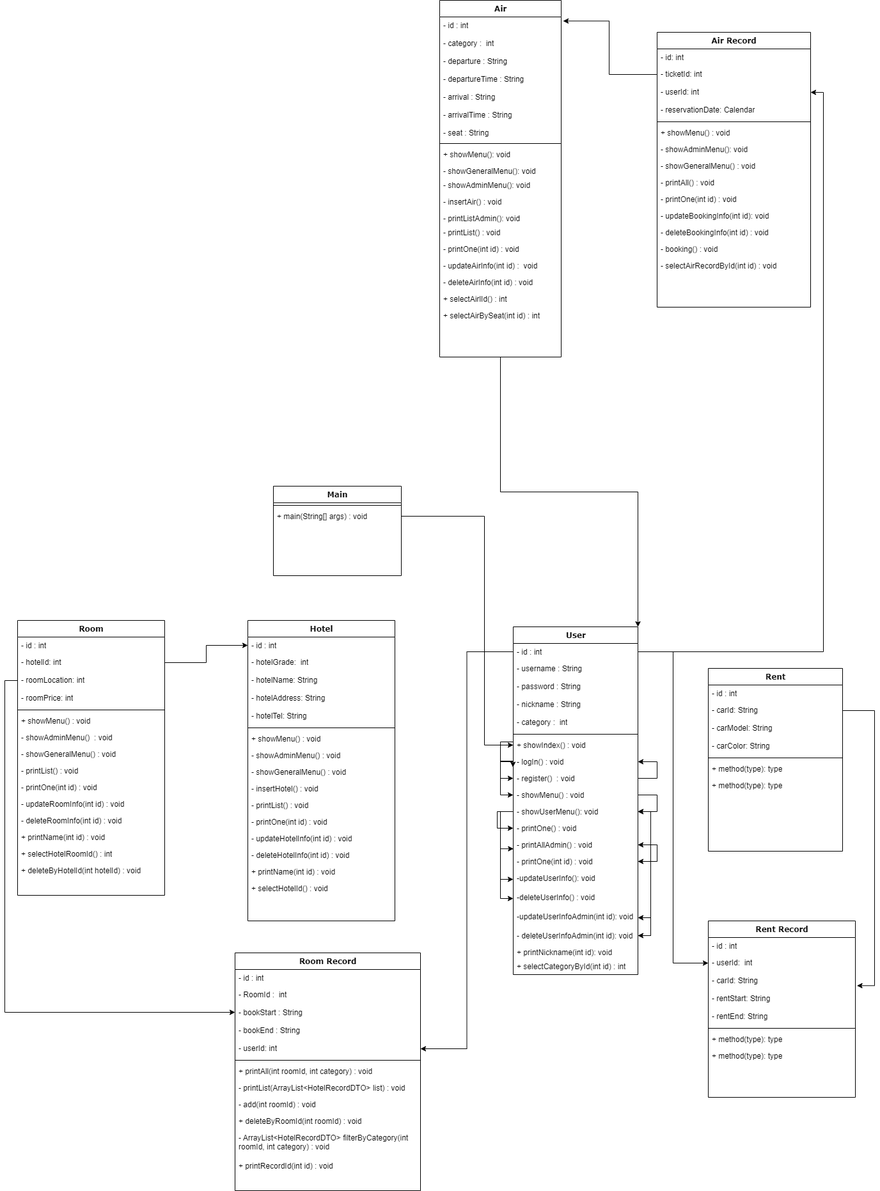
Above: TravelProject/제목 없는 다이어그램의 복사본.drawio.png in yunheeversal/Study (draw.io), before the change. Source tidied: cells renumbered, new cells last; positions are measured from the earlier drawing's top-left corner, leaving out a move shared by most shapes.
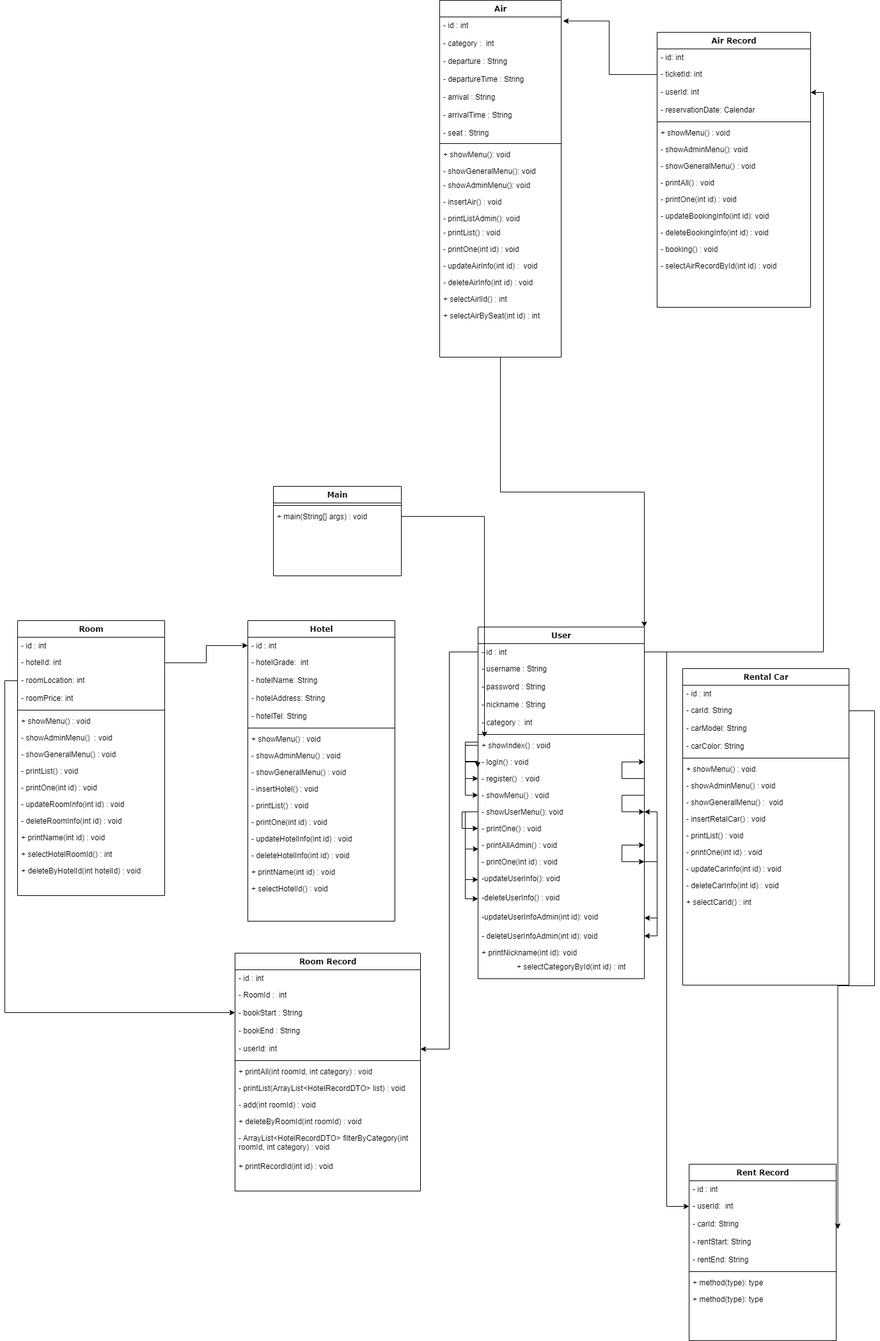
After the change.

Commit message:
제목 없는 다이어그램의 복사본.drawio.png 업데이트

The edit, as a diff of the source:
```diff
@@ -45,25 +45,25 @@
       <mxGeometry y="346" width="290" height="26" as="geometry" />
     </mxCell>
     <mxCell id="16" value="User" style="swimlane;html=1;fontStyle=1;align=center;verticalAlign=top;horizontal=1;startSize=26;swimlaneFillColor=#ffffff;rounded=0;shadow=0;comic=0;labelBackgroundColor=none;strokeWidth=1;fillColor=none;fontFamily=Verdana;fontSize=12;" parent="1" vertex="1">
-      <mxGeometry x="775" y="980" width="195" height="544" as="geometry" />
+      <mxGeometry x="720" y="980" width="260" height="550" as="geometry" />
     </mxCell>
     <mxCell id="17" value="- id : int" style="text;html=1;strokeColor=none;fillColor=none;align=left;verticalAlign=top;spacingLeft=4;spacingRight=4;whiteSpace=wrap;overflow=hidden;points=[[0,0.5],[1,0.5]];portConstraint=eastwest;" parent="16" vertex="1">
-      <mxGeometry y="26" width="195" height="26" as="geometry" />
+      <mxGeometry y="26" width="260" height="26" as="geometry" />
     </mxCell>
     <mxCell id="18" value="- username :&amp;nbsp;String&lt;br&gt;&lt;br&gt;" style="text;html=1;strokeColor=none;fillColor=none;align=left;verticalAlign=top;spacingLeft=4;spacingRight=4;whiteSpace=wrap;overflow=hidden;" parent="16" vertex="1">
-      <mxGeometry y="52" width="195" height="28" as="geometry" />
+      <mxGeometry y="52" width="260" height="28" as="geometry" />
     </mxCell>
     <mxCell id="19" value="- password :&amp;nbsp;String" style="text;html=1;strokeColor=none;fillColor=none;align=left;verticalAlign=top;spacingLeft=4;spacingRight=4;whiteSpace=wrap;overflow=hidden;" parent="16" vertex="1">
-      <mxGeometry y="80" width="195" height="28" as="geometry" />
+      <mxGeometry y="80" width="260" height="28" as="geometry" />
     </mxCell>
     <mxCell id="20" value="- nickname :&amp;nbsp;String&lt;span style=&quot;white-space: pre&quot;&gt;&#9;&lt;/span&gt;&lt;span style=&quot;white-space: pre&quot;&gt;&#9;&lt;/span&gt;" style="text;html=1;strokeColor=none;fillColor=none;align=left;verticalAlign=top;spacingLeft=4;spacingRight=4;whiteSpace=wrap;overflow=hidden;" parent="16" vertex="1">
-      <mxGeometry y="108" width="195" height="28" as="geometry" />
+      <mxGeometry y="108" width="260" height="28" as="geometry" />
     </mxCell>
     <mxCell id="21" value="- category :&amp;nbsp; int" style="text;html=1;strokeColor=none;fillColor=none;align=left;verticalAlign=top;spacingLeft=4;spacingRight=4;whiteSpace=wrap;overflow=hidden;" parent="16" vertex="1">
-      <mxGeometry y="136" width="195" height="28" as="geometry" />
+      <mxGeometry y="136" width="260" height="28" as="geometry" />
     </mxCell>
     <mxCell id="22" style="line;html=1;strokeWidth=1;fillColor=none;align=left;verticalAlign=middle;spacingTop=-1;spacingLeft=3;spacingRight=3;labelPosition=right;" parent="16" vertex="1">
-      <mxGeometry y="164" width="195" height="8" as="geometry" />
+      <mxGeometry y="164" width="260" height="8" as="geometry" />
     </mxCell>
     <mxCell id="23" style="edgeStyle=orthogonalEdgeStyle;rounded=0;jettySize=auto;html=1;entryX=-0.002;entryY=0.83;entryDx=0;entryDy=0;entryPerimeter=0;" parent="16" edge="1" source="25" target="27">
       <mxGeometry relative="1" as="geometry">
@@ -78,13 +78,13 @@
       <mxGeometry relative="1" as="geometry" />
     </mxCell>
     <mxCell id="25" value="+ showIndex() : void" style="text;html=1;strokeColor=none;fillColor=none;align=left;verticalAlign=top;spacingLeft=4;spacingRight=4;whiteSpace=wrap;overflow=hidden;points=[[0,0.5],[1,0.5]];portConstraint=eastwest;" parent="16" vertex="1">
-      <mxGeometry y="172" width="195" height="26" as="geometry" />
+      <mxGeometry y="172" width="260" height="26" as="geometry" />
     </mxCell>
     <mxCell id="26" style="edgeStyle=orthogonalEdgeStyle;rounded=0;jettySize=auto;html=1;exitX=0;exitY=0.5;exitDx=0;exitDy=0;entryX=0;entryY=0.5;entryDx=0;entryDy=0;" parent="16" edge="1" source="27" target="31">
       <mxGeometry relative="1" as="geometry" />
     </mxCell>
     <mxCell id="27" value="-&amp;nbsp;logIn() : void" style="text;html=1;strokeColor=none;fillColor=none;align=left;verticalAlign=top;spacingLeft=4;spacingRight=4;whiteSpace=wrap;overflow=hidden;points=[[0,0.5],[1,0.5]];portConstraint=eastwest;" parent="16" vertex="1">
-      <mxGeometry y="198" width="195" height="26" as="geometry" />
+      <mxGeometry y="198" width="260" height="26" as="geometry" />
     </mxCell>
     <mxCell id="28" style="edgeStyle=orthogonalEdgeStyle;rounded=0;jettySize=auto;html=1;exitX=1;exitY=0.5;exitDx=0;exitDy=0;entryX=1;entryY=0.5;entryDx=0;entryDy=0;" parent="16" edge="1" source="29" target="27">
       <mxGeometry relative="1" as="geometry">
@@ -95,7 +95,7 @@
       </mxGeometry>
     </mxCell>
     <mxCell id="29" value="-&amp;nbsp;register()&amp;nbsp; : void" style="text;html=1;strokeColor=none;fillColor=none;align=left;verticalAlign=top;spacingLeft=4;spacingRight=4;whiteSpace=wrap;overflow=hidden;points=[[0,0.5],[1,0.5]];portConstraint=eastwest;" parent="16" vertex="1">
-      <mxGeometry y="224" width="195" height="26" as="geometry" />
+      <mxGeometry y="224" width="260" height="26" as="geometry" />
     </mxCell>
     <mxCell id="30" style="edgeStyle=orthogonalEdgeStyle;rounded=0;jettySize=auto;html=1;exitX=1;exitY=0.5;exitDx=0;exitDy=0;entryX=1;entryY=0.5;entryDx=0;entryDy=0;" parent="16" edge="1" source="31" target="36">
       <mxGeometry relative="1" as="geometry">
@@ -106,7 +106,7 @@
       </mxGeometry>
     </mxCell>
     <mxCell id="31" value="-&amp;nbsp;showMenu() : void" style="text;html=1;strokeColor=none;fillColor=none;align=left;verticalAlign=top;spacingLeft=4;spacingRight=4;whiteSpace=wrap;overflow=hidden;points=[[0,0.5],[1,0.5]];portConstraint=eastwest;" parent="16" vertex="1">
-      <mxGeometry y="250" width="195" height="26" as="geometry" />
+      <mxGeometry y="250" width="260" height="26" as="geometry" />
     </mxCell>
     <mxCell id="32" style="edgeStyle=orthogonalEdgeStyle;rounded=0;jettySize=auto;html=1;exitX=0;exitY=0.5;exitDx=0;exitDy=0;entryX=0.002;entryY=0.737;entryDx=0;entryDy=0;entryPerimeter=0;" parent="16" edge="1" source="36" target="39">
       <mxGeometry relative="1" as="geometry" />
@@ -126,10 +126,10 @@
       </mxGeometry>
     </mxCell>
     <mxCell id="36" value="-&amp;nbsp;showUserMenu(): void" style="text;html=1;strokeColor=none;fillColor=none;align=left;verticalAlign=top;spacingLeft=4;spacingRight=4;whiteSpace=wrap;overflow=hidden;points=[[0,0.5],[1,0.5]];portConstraint=eastwest;" parent="16" vertex="1">
-      <mxGeometry y="276" width="195" height="26" as="geometry" />
+      <mxGeometry y="276" width="260" height="26" as="geometry" />
     </mxCell>
     <mxCell id="37" value="-&amp;nbsp;printOne() : void" style="text;html=1;strokeColor=none;fillColor=none;align=left;verticalAlign=top;spacingLeft=4;spacingRight=4;whiteSpace=wrap;overflow=hidden;points=[[0,0.5],[1,0.5]];portConstraint=eastwest;" parent="16" vertex="1">
-      <mxGeometry y="302" width="195" height="26" as="geometry" />
+      <mxGeometry y="302" width="260" height="26" as="geometry" />
     </mxCell>
     <mxCell id="38" style="edgeStyle=orthogonalEdgeStyle;rounded=0;jettySize=auto;html=1;exitX=1;exitY=0.5;exitDx=0;exitDy=0;entryX=1;entryY=0.5;entryDx=0;entryDy=0;" parent="16" edge="1" source="39" target="43">
       <mxGeometry relative="1" as="geometry">
@@ -140,7 +140,7 @@
       </mxGeometry>
     </mxCell>
     <mxCell id="39" value="-&amp;nbsp;printAllAdmin() : void" style="text;html=1;strokeColor=none;fillColor=none;align=left;verticalAlign=top;spacingLeft=4;spacingRight=4;whiteSpace=wrap;overflow=hidden;points=[[0,0.5],[1,0.5]];portConstraint=eastwest;" parent="16" vertex="1">
-      <mxGeometry y="328" width="195" height="26" as="geometry" />
+      <mxGeometry y="328" width="260" height="26" as="geometry" />
     </mxCell>
     <mxCell id="40" style="edgeStyle=orthogonalEdgeStyle;rounded=0;jettySize=auto;html=1;exitX=1;exitY=0.5;exitDx=0;exitDy=0;entryX=1;entryY=0.5;entryDx=0;entryDy=0;" parent="16" edge="1" source="43" target="46">
       <mxGeometry relative="1" as="geometry" />
@@ -157,25 +157,25 @@
       </mxGeometry>
     </mxCell>
     <mxCell id="43" value="-&amp;nbsp;printOne(int id) : void" style="text;html=1;strokeColor=none;fillColor=none;align=left;verticalAlign=top;spacingLeft=4;spacingRight=4;whiteSpace=wrap;overflow=hidden;points=[[0,0.5],[1,0.5]];portConstraint=eastwest;" parent="16" vertex="1">
-      <mxGeometry y="354" width="195" height="26" as="geometry" />
+      <mxGeometry y="354" width="260" height="26" as="geometry" />
     </mxCell>
     <mxCell id="44" value="-updateUserInfo(): void" style="text;html=1;strokeColor=none;fillColor=none;align=left;verticalAlign=top;spacingLeft=4;spacingRight=4;whiteSpace=wrap;overflow=hidden;points=[[0,0.5],[1,0.5]];portConstraint=eastwest;" parent="16" vertex="1">
-      <mxGeometry y="380" width="195" height="30" as="geometry" />
+      <mxGeometry y="380" width="260" height="30" as="geometry" />
     </mxCell>
     <mxCell id="45" value="-deleteUserInfo() : void" style="text;html=1;strokeColor=none;fillColor=none;align=left;verticalAlign=top;spacingLeft=4;spacingRight=4;whiteSpace=wrap;overflow=hidden;points=[[0,0.5],[1,0.5]];portConstraint=eastwest;" parent="16" vertex="1">
-      <mxGeometry y="410" width="195" height="30" as="geometry" />
+      <mxGeometry y="410" width="260" height="30" as="geometry" />
     </mxCell>
     <mxCell id="46" value="-updateUserInfoAdmin(int id): void" style="text;html=1;strokeColor=none;fillColor=none;align=left;verticalAlign=top;spacingLeft=4;spacingRight=4;whiteSpace=wrap;overflow=hidden;points=[[0,0.5],[1,0.5]];portConstraint=eastwest;" parent="16" vertex="1">
-      <mxGeometry y="440" width="195" height="30" as="geometry" />
+      <mxGeometry y="440" width="260" height="30" as="geometry" />
     </mxCell>
     <mxCell id="47" style="edgeStyle=orthogonalEdgeStyle;rounded=0;jettySize=auto;html=1;exitX=1;exitY=0.5;exitDx=0;exitDy=0;entryX=1;entryY=0.5;entryDx=0;entryDy=0;" parent="16" edge="1" source="48" target="36">
       <mxGeometry relative="1" as="geometry" />
     </mxCell>
     <mxCell id="48" value="-&amp;nbsp;deleteUserInfoAdmin(int id): void" style="text;html=1;strokeColor=none;fillColor=none;align=left;verticalAlign=top;spacingLeft=4;spacingRight=4;whiteSpace=wrap;overflow=hidden;points=[[0,0.5],[1,0.5]];portConstraint=eastwest;" parent="16" vertex="1">
-      <mxGeometry y="470" width="195" height="26" as="geometry" />
+      <mxGeometry y="470" width="260" height="26" as="geometry" />
     </mxCell>
     <mxCell id="49" value="+ printNickname(int id): void" style="text;html=1;strokeColor=none;fillColor=none;align=left;verticalAlign=top;spacingLeft=4;spacingRight=4;whiteSpace=wrap;overflow=hidden;" parent="16" vertex="1">
-      <mxGeometry y="496" width="195" height="26" as="geometry" />
+      <mxGeometry y="496" width="260" height="26" as="geometry" />
     </mxCell>
     <mxCell id="50" value="Air Record" style="swimlane;html=1;fontStyle=1;align=center;verticalAlign=top;horizontal=1;startSize=26;swimlaneFillColor=#ffffff;rounded=0;shadow=0;comic=0;labelBackgroundColor=none;strokeWidth=1;fillColor=none;fontFamily=Verdana;fontSize=12;" parent="1" vertex="1">
       <mxGeometry x="1000" y="50" width="240" height="430" as="geometry" />
@@ -274,7 +274,7 @@
       <mxGeometry y="378" width="230" height="26" as="geometry" />
     </mxCell>
     <mxCell id="82" value="Rent Record" style="swimlane;html=1;fontStyle=1;align=center;verticalAlign=top;horizontal=1;startSize=26;swimlaneFillColor=#ffffff;rounded=0;shadow=0;comic=0;labelBackgroundColor=none;strokeWidth=1;fillColor=none;fontFamily=Verdana;fontSize=12;" parent="1" vertex="1">
-      <mxGeometry x="1080" y="1440" width="230" height="276" as="geometry" />
+      <mxGeometry x="1050" y="1820" width="230" height="276" as="geometry" />
     </mxCell>
     <mxCell id="83" value="- id : int" style="text;html=1;strokeColor=none;fillColor=none;align=left;verticalAlign=top;spacingLeft=4;spacingRight=4;whiteSpace=wrap;overflow=hidden;" parent="82" vertex="1">
       <mxGeometry y="26" width="230" height="26" as="geometry" />
@@ -300,30 +300,51 @@
     <mxCell id="90" value="+ method(type): type" style="text;html=1;strokeColor=none;fillColor=none;align=left;verticalAlign=top;spacingLeft=4;spacingRight=4;whiteSpace=wrap;overflow=hidden;" parent="82" vertex="1">
       <mxGeometry y="198" width="230" height="26" as="geometry" />
     </mxCell>
-    <mxCell id="91" value="Rent" style="swimlane;html=1;fontStyle=1;align=center;verticalAlign=top;horizontal=1;startSize=26;swimlaneFillColor=#ffffff;rounded=0;shadow=0;comic=0;labelBackgroundColor=none;strokeWidth=1;fillColor=none;fontFamily=Verdana;fontSize=12;" parent="1" vertex="1">
-      <mxGeometry x="1080" y="1045" width="210" height="286" as="geometry" />
+    <mxCell id="91" value="Rental Car" style="swimlane;html=1;fontStyle=1;align=center;verticalAlign=top;horizontal=1;startSize=26;swimlaneFillColor=#ffffff;rounded=0;shadow=0;comic=0;labelBackgroundColor=none;strokeWidth=1;fillColor=none;fontFamily=Verdana;fontSize=12;" parent="1" vertex="1">
+      <mxGeometry x="1040" y="1045" width="260" height="495" as="geometry" />
     </mxCell>
     <mxCell id="92" value="- id : int" style="text;html=1;strokeColor=none;fillColor=none;align=left;verticalAlign=top;spacingLeft=4;spacingRight=4;whiteSpace=wrap;overflow=hidden;" parent="91" vertex="1">
-      <mxGeometry y="26" width="210" height="26" as="geometry" />
+      <mxGeometry y="26" width="260" height="26" as="geometry" />
     </mxCell>
     <mxCell id="93" value="- carId:&amp;nbsp;String&lt;span&gt;&#9;&lt;/span&gt;&lt;span&gt;&#9;&lt;/span&gt;" style="text;html=1;strokeColor=none;fillColor=none;align=left;verticalAlign=top;spacingLeft=4;spacingRight=4;whiteSpace=wrap;overflow=hidden;points=[[0,0.5],[1,0.5]];portConstraint=eastwest;" parent="91" vertex="1">
-      <mxGeometry y="52" width="210" height="28" as="geometry" />
+      <mxGeometry y="52" width="260" height="28" as="geometry" />
     </mxCell>
     <mxCell id="94" value="- carModel:&amp;nbsp;String" style="text;html=1;strokeColor=none;fillColor=none;align=left;verticalAlign=top;spacingLeft=4;spacingRight=4;whiteSpace=wrap;overflow=hidden;" parent="91" vertex="1">
-      <mxGeometry y="80" width="210" height="28" as="geometry" />
+      <mxGeometry y="80" width="260" height="28" as="geometry" />
     </mxCell>
     <mxCell id="95" value="- carColor:&amp;nbsp;String&lt;br&gt;" style="text;html=1;strokeColor=none;fillColor=none;align=left;verticalAlign=top;spacingLeft=4;spacingRight=4;whiteSpace=wrap;overflow=hidden;" parent="91" vertex="1">
-      <mxGeometry y="108" width="210" height="28" as="geometry" />
+      <mxGeometry y="108" width="260" height="28" as="geometry" />
     </mxCell>
     <mxCell id="96" style="line;html=1;strokeWidth=1;fillColor=none;align=left;verticalAlign=middle;spacingTop=-1;spacingLeft=3;spacingRight=3;labelPosition=right;" parent="91" vertex="1">
-      <mxGeometry y="136" width="210" height="8" as="geometry" />
+      <mxGeometry y="136" width="260" height="8" as="geometry" />
     </mxCell>
-    <mxCell id="97" value="+ method(type): type" style="text;html=1;strokeColor=none;fillColor=none;align=left;verticalAlign=top;spacingLeft=4;spacingRight=4;whiteSpace=wrap;overflow=hidden;" parent="91" vertex="1">
-      <mxGeometry y="144" width="210" height="26" as="geometry" />
+    <mxCell id="97" value="+&amp;nbsp;showMenu() : void" style="text;html=1;strokeColor=none;fillColor=none;align=left;verticalAlign=top;spacingLeft=4;spacingRight=4;whiteSpace=wrap;overflow=hidden;" parent="91" vertex="1">
+      <mxGeometry y="144" width="260" height="26" as="geometry" />
     </mxCell>
-    <mxCell id="98" value="+ method(type): type" style="text;html=1;strokeColor=none;fillColor=none;align=left;verticalAlign=top;spacingLeft=4;spacingRight=4;whiteSpace=wrap;overflow=hidden;" parent="91" vertex="1">
-      <mxGeometry y="170" width="210" height="26" as="geometry" />
+    <mxCell id="98" value="-&amp;nbsp;showAdminMenu() : void" style="text;html=1;strokeColor=none;fillColor=none;align=left;verticalAlign=top;spacingLeft=4;spacingRight=4;whiteSpace=wrap;overflow=hidden;" parent="91" vertex="1">
+      <mxGeometry y="170" width="260" height="26" as="geometry" />
     </mxCell>
+    <mxCell id="154" value="-&amp;nbsp;showGeneralMenu() :&amp;nbsp; void" style="text;html=1;strokeColor=none;fillColor=none;align=left;verticalAlign=top;spacingLeft=4;spacingRight=4;whiteSpace=wrap;overflow=hidden;" parent="91" vertex="1">
+      <mxGeometry y="196" width="260" height="26" as="geometry" />
+    </mxCell>
+    <mxCell id="155" value="-&amp;nbsp;insertRetalCar() : void" style="text;html=1;strokeColor=none;fillColor=none;align=left;verticalAlign=top;spacingLeft=4;spacingRight=4;whiteSpace=wrap;overflow=hidden;" parent="91" vertex="1">
+      <mxGeometry y="222" width="260" height="26" as="geometry" />
+    </mxCell>
+    <mxCell id="156" value="-&amp;nbsp;printList() : void" style="text;html=1;strokeColor=none;fillColor=none;align=left;verticalAlign=top;spacingLeft=4;spacingRight=4;whiteSpace=wrap;overflow=hidden;" parent="91" vertex="1">
+      <mxGeometry y="248" width="260" height="26" as="geometry" />
+    </mxCell>
+    <mxCell id="157" value="-&amp;nbsp;printOne(int id) : void" style="text;html=1;strokeColor=none;fillColor=none;align=left;verticalAlign=top;spacingLeft=4;spacingRight=4;whiteSpace=wrap;overflow=hidden;" parent="91" vertex="1">
+      <mxGeometry y="274" width="260" height="26" as="geometry" />
+    </mxCell>
+    <mxCell id="158" value="-&amp;nbsp;updateCarInfo(int id) : void" style="text;html=1;strokeColor=none;fillColor=none;align=left;verticalAlign=top;spacingLeft=4;spacingRight=4;whiteSpace=wrap;overflow=hidden;" parent="91" vertex="1">
+      <mxGeometry y="300" width="260" height="26" as="geometry" />
+    </mxCell>
+    <mxCell id="159" value="-&amp;nbsp;deleteCarInfo(int id) : void" style="text;html=1;strokeColor=none;fillColor=none;align=left;verticalAlign=top;spacingLeft=4;spacingRight=4;whiteSpace=wrap;overflow=hidden;" parent="91" vertex="1">
+      <mxGeometry y="326" width="260" height="26" as="geometry" />
+    </mxCell>
+    <mxCell id="160" value="+&amp;nbsp;selectCarId() : int" style="text;html=1;strokeColor=none;fillColor=none;align=left;verticalAlign=top;spacingLeft=4;spacingRight=4;whiteSpace=wrap;overflow=hidden;" parent="91" vertex="1">
+      <mxGeometry y="352" width="260" height="26" as="geometry" />
+    </mxCell>
     <mxCell id="99" value="Hotel" style="swimlane;html=1;fontStyle=1;align=center;verticalAlign=top;horizontal=1;startSize=26;swimlaneFillColor=#ffffff;rounded=0;shadow=0;comic=0;labelBackgroundColor=none;strokeWidth=1;fillColor=none;fontFamily=Verdana;fontSize=12;" parent="1" vertex="1">
       <mxGeometry x="360" y="970" width="230" height="470" as="geometry" />
     </mxCell>
```
